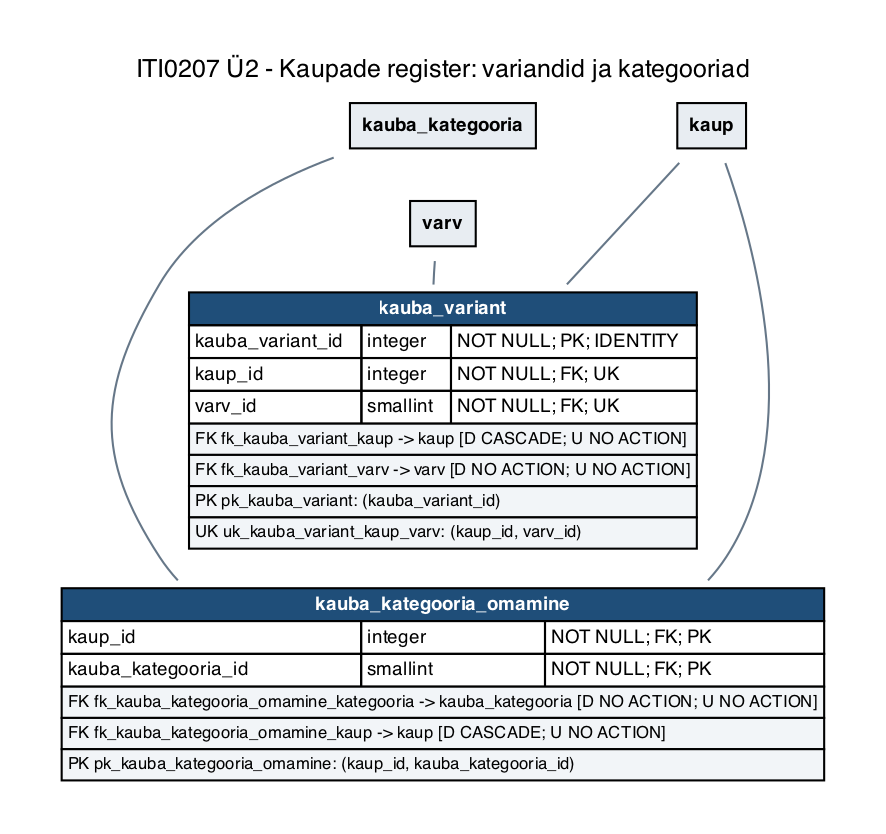
The Graphviz diagram iti0207-epood/docs/diagrams/u2-05c-kauba-seosed.png in tamkivi/andmebaasid-projekt, before a commit. Its source is kept beside it as iti0207-epood/docs/diagrams/u2-05c-kauba-seosed.dot.
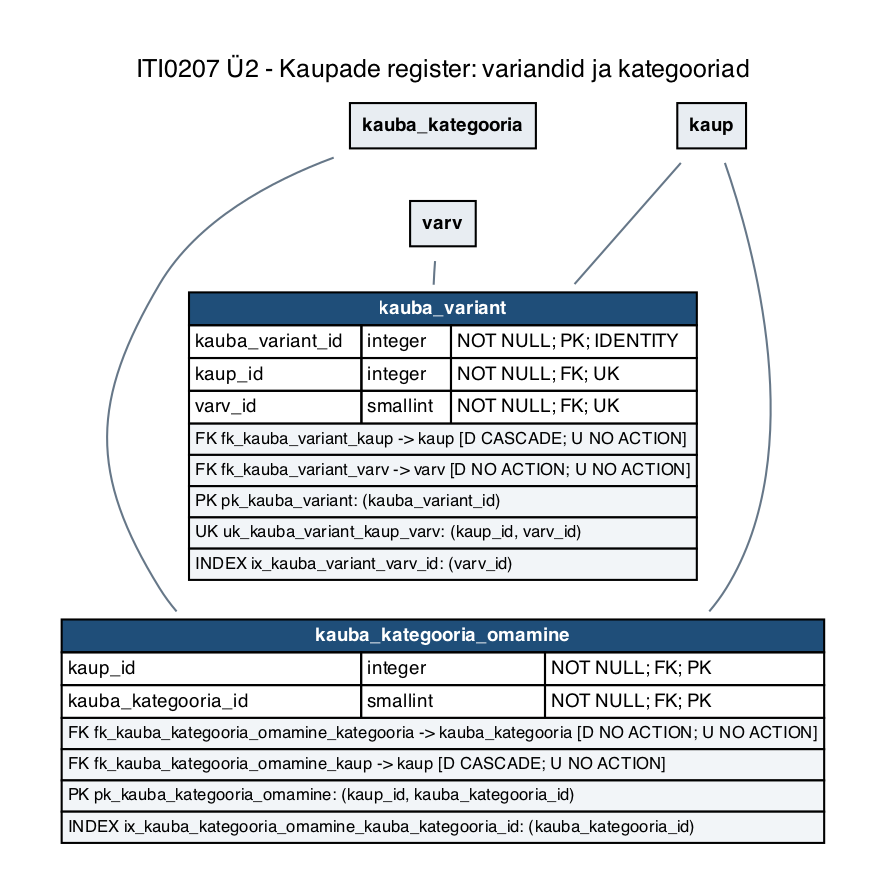
The same diagram one commit later.

Change to the diagram source:
```diff
@@ -5,8 +5,8 @@
   edge [color="#667788", dir=none, fontsize=8, fontname=Helvetica];
   labelloc="t";
   label="ITI0207 Ü2 - Kaupade register: variandid ja kategooriad";
-  "kauba_variant" [label=<<TABLE BORDER="0" CELLBORDER="1" CELLSPACING="0" CELLPADDING="2"><TR><TD COLSPAN="3" BGCOLOR="#1f4e79"><FONT COLOR="white"><B>kauba_variant</B></FONT></TD></TR><TR><TD ALIGN="LEFT">kauba_variant_id</TD><TD ALIGN="LEFT">integer</TD><TD ALIGN="LEFT">NOT NULL; PK; IDENTITY</TD></TR><TR><TD ALIGN="LEFT">kaup_id</TD><TD ALIGN="LEFT">integer</TD><TD ALIGN="LEFT">NOT NULL; FK; UK</TD></TR><TR><TD ALIGN="LEFT">varv_id</TD><TD ALIGN="LEFT">smallint</TD><TD ALIGN="LEFT">NOT NULL; FK; UK</TD></TR><TR><TD COLSPAN="3" ALIGN="LEFT" BGCOLOR="#f2f5f8"><FONT POINT-SIZE="8">FK fk_kauba_variant_kaup -&gt; kaup [D CASCADE; U NO ACTION]</FONT></TD></TR><TR><TD COLSPAN="3" ALIGN="LEFT" BGCOLOR="#f2f5f8"><FONT POINT-SIZE="8">FK fk_kauba_variant_varv -&gt; varv [D NO ACTION; U NO ACTION]</FONT></TD></TR><TR><TD COLSPAN="3" ALIGN="LEFT" BGCOLOR="#f2f5f8"><FONT POINT-SIZE="8">PK pk_kauba_variant: (kauba_variant_id)</FONT></TD></TR><TR><TD COLSPAN="3" ALIGN="LEFT" BGCOLOR="#f2f5f8"><FONT POINT-SIZE="8">UK uk_kauba_variant_kaup_varv: (kaup_id, varv_id)</FONT></TD></TR></TABLE>>];
-  "kauba_kategooria_omamine" [label=<<TABLE BORDER="0" CELLBORDER="1" CELLSPACING="0" CELLPADDING="2"><TR><TD COLSPAN="3" BGCOLOR="#1f4e79"><FONT COLOR="white"><B>kauba_kategooria_omamine</B></FONT></TD></TR><TR><TD ALIGN="LEFT">kaup_id</TD><TD ALIGN="LEFT">integer</TD><TD ALIGN="LEFT">NOT NULL; FK; PK</TD></TR><TR><TD ALIGN="LEFT">kauba_kategooria_id</TD><TD ALIGN="LEFT">smallint</TD><TD ALIGN="LEFT">NOT NULL; FK; PK</TD></TR><TR><TD COLSPAN="3" ALIGN="LEFT" BGCOLOR="#f2f5f8"><FONT POINT-SIZE="8">FK fk_kauba_kategooria_omamine_kategooria -&gt; kauba_kategooria [D NO ACTION; U NO ACTION]</FONT></TD></TR><TR><TD COLSPAN="3" ALIGN="LEFT" BGCOLOR="#f2f5f8"><FONT POINT-SIZE="8">FK fk_kauba_kategooria_omamine_kaup -&gt; kaup [D CASCADE; U NO ACTION]</FONT></TD></TR><TR><TD COLSPAN="3" ALIGN="LEFT" BGCOLOR="#f2f5f8"><FONT POINT-SIZE="8">PK pk_kauba_kategooria_omamine: (kaup_id, kauba_kategooria_id)</FONT></TD></TR></TABLE>>];
+  "kauba_variant" [label=<<TABLE BORDER="0" CELLBORDER="1" CELLSPACING="0" CELLPADDING="2"><TR><TD COLSPAN="3" BGCOLOR="#1f4e79"><FONT COLOR="white"><B>kauba_variant</B></FONT></TD></TR><TR><TD ALIGN="LEFT">kauba_variant_id</TD><TD ALIGN="LEFT">integer</TD><TD ALIGN="LEFT">NOT NULL; PK; IDENTITY</TD></TR><TR><TD ALIGN="LEFT">kaup_id</TD><TD ALIGN="LEFT">integer</TD><TD ALIGN="LEFT">NOT NULL; FK; UK</TD></TR><TR><TD ALIGN="LEFT">varv_id</TD><TD ALIGN="LEFT">smallint</TD><TD ALIGN="LEFT">NOT NULL; FK; UK</TD></TR><TR><TD COLSPAN="3" ALIGN="LEFT" BGCOLOR="#f2f5f8"><FONT POINT-SIZE="8">FK fk_kauba_variant_kaup -&gt; kaup [D CASCADE; U NO ACTION]</FONT></TD></TR><TR><TD COLSPAN="3" ALIGN="LEFT" BGCOLOR="#f2f5f8"><FONT POINT-SIZE="8">FK fk_kauba_variant_varv -&gt; varv [D NO ACTION; U NO ACTION]</FONT></TD></TR><TR><TD COLSPAN="3" ALIGN="LEFT" BGCOLOR="#f2f5f8"><FONT POINT-SIZE="8">PK pk_kauba_variant: (kauba_variant_id)</FONT></TD></TR><TR><TD COLSPAN="3" ALIGN="LEFT" BGCOLOR="#f2f5f8"><FONT POINT-SIZE="8">UK uk_kauba_variant_kaup_varv: (kaup_id, varv_id)</FONT></TD></TR><TR><TD COLSPAN="3" ALIGN="LEFT" BGCOLOR="#f2f5f8"><FONT POINT-SIZE="8">INDEX ix_kauba_variant_varv_id: (varv_id)</FONT></TD></TR></TABLE>>];
+  "kauba_kategooria_omamine" [label=<<TABLE BORDER="0" CELLBORDER="1" CELLSPACING="0" CELLPADDING="2"><TR><TD COLSPAN="3" BGCOLOR="#1f4e79"><FONT COLOR="white"><B>kauba_kategooria_omamine</B></FONT></TD></TR><TR><TD ALIGN="LEFT">kaup_id</TD><TD ALIGN="LEFT">integer</TD><TD ALIGN="LEFT">NOT NULL; FK; PK</TD></TR><TR><TD ALIGN="LEFT">kauba_kategooria_id</TD><TD ALIGN="LEFT">smallint</TD><TD ALIGN="LEFT">NOT NULL; FK; PK</TD></TR><TR><TD COLSPAN="3" ALIGN="LEFT" BGCOLOR="#f2f5f8"><FONT POINT-SIZE="8">FK fk_kauba_kategooria_omamine_kategooria -&gt; kauba_kategooria [D NO ACTION; U NO ACTION]</FONT></TD></TR><TR><TD COLSPAN="3" ALIGN="LEFT" BGCOLOR="#f2f5f8"><FONT POINT-SIZE="8">FK fk_kauba_kategooria_omamine_kaup -&gt; kaup [D CASCADE; U NO ACTION]</FONT></TD></TR><TR><TD COLSPAN="3" ALIGN="LEFT" BGCOLOR="#f2f5f8"><FONT POINT-SIZE="8">PK pk_kauba_kategooria_omamine: (kaup_id, kauba_kategooria_id)</FONT></TD></TR><TR><TD COLSPAN="3" ALIGN="LEFT" BGCOLOR="#f2f5f8"><FONT POINT-SIZE="8">INDEX ix_kauba_kategooria_omamine_kauba_kategooria_id: (kauba_kategooria_id)</FONT></TD></TR></TABLE>>];
   "kauba_kategooria" [label=<<TABLE BORDER="0" CELLBORDER="1" CELLSPACING="0" CELLPADDING="5"><TR><TD BGCOLOR="#e8edf2"><B>kauba_kategooria</B></TD></TR></TABLE>>];
   "kaup" [label=<<TABLE BORDER="0" CELLBORDER="1" CELLSPACING="0" CELLPADDING="5"><TR><TD BGCOLOR="#e8edf2"><B>kaup</B></TD></TR></TABLE>>];
   "varv" [label=<<TABLE BORDER="0" CELLBORDER="1" CELLSPACING="0" CELLPADDING="5"><TR><TD BGCOLOR="#e8edf2"><B>varv</B></TD></TR></TABLE>>];
```
